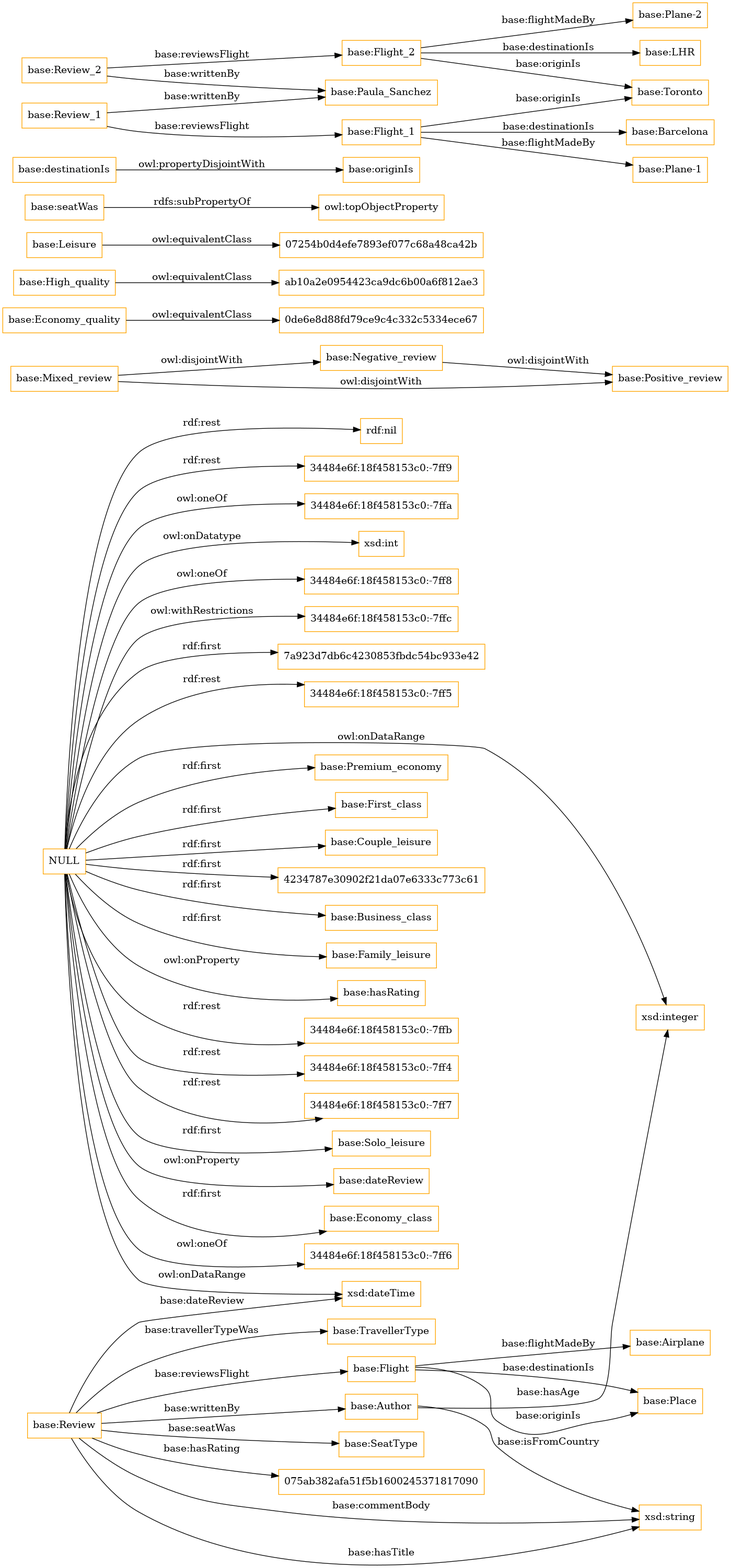
This is OnToology/ontology.ttl/diagrams/ar2dtool-class/ontology.ttl.png from MigueldSPallares/flightReviews2, a Graphviz export, as it was before one commit. Its source is kept beside it as OnToology/ontology.ttl/diagrams/ar2dtool-class/ontology.ttl.png.dot.
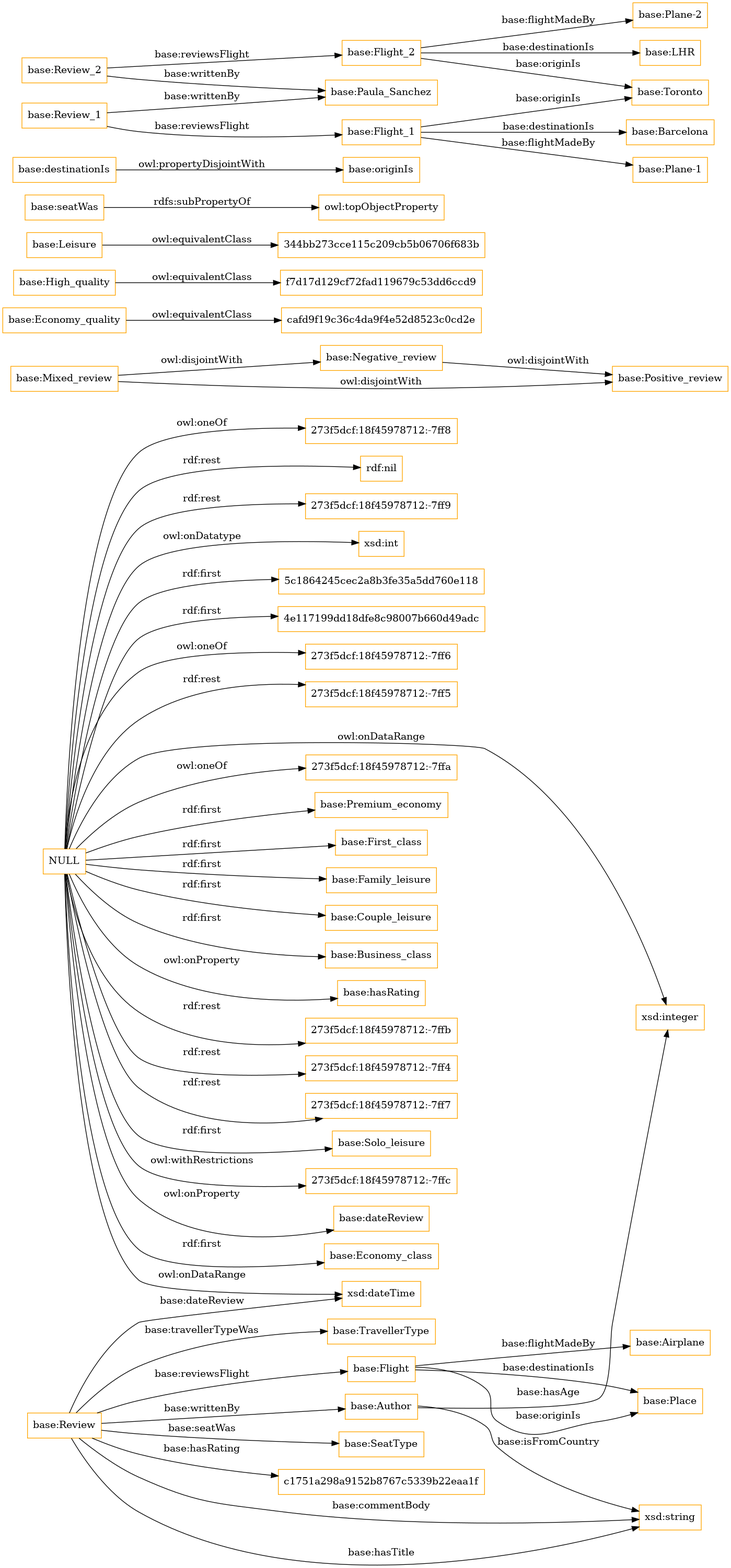
The same file after the commit.

The edit, as a diff of the source:
```diff
@@ -1,31 +1,31 @@
 digraph ar2dtool_diagram {
 rankdir=LR;
 size="1501"
-node [shape = rectangle, color="orange"]; "base:TravellerType" "base:Place" "base:Flight" "base:Negative_review" "base:Author" "base:Economy_quality" "base:SeatType" "ab10a2e0954423ca9dc6b00a6f812ae3" "base:Mixed_review" "base:Leisure" "base:Review" "07254b0d4efe7893ef077c68a48ca42b" "base:High_quality" "base:Positive_review" "base:Airplane" "0de6e8d88fd79ce9c4c332c5334ece67" ; /*classes style*/
+node [shape = rectangle, color="orange"]; "base:TravellerType" "base:Place" "base:Flight" "base:Negative_review" "base:Author" "base:Economy_quality" "f7d17d129cf72fad119679c53dd6ccd9" "base:SeatType" "base:Mixed_review" "base:Leisure" "base:Review" "base:High_quality" "base:Positive_review" "344bb273cce115c209cb5b06706f683b" "base:Airplane" "cafd9f19c36c4da9f4e52d8523c0cd2e" ; /*classes style*/
+	"NULL" -> "273f5dcf:18f45978712:-7ffa" [ label = "owl:oneOf" ];
 	"NULL" -> "base:Premium_economy" [ label = "rdf:first" ];
 	"NULL" -> "base:First_class" [ label = "rdf:first" ];
+	"NULL" -> "base:Family_leisure" [ label = "rdf:first" ];
 	"NULL" -> "base:Couple_leisure" [ label = "rdf:first" ];
-	"NULL" -> "4234787e30902f21da07e6333c773c61" [ label = "rdf:first" ];
 	"NULL" -> "base:Business_class" [ label = "rdf:first" ];
-	"NULL" -> "base:Family_leisure" [ label = "rdf:first" ];
 	"NULL" -> "base:hasRating" [ label = "owl:onProperty" ];
-	"NULL" -> "34484e6f:18f458153c0:-7ffb" [ label = "rdf:rest" ];
-	"NULL" -> "34484e6f:18f458153c0:-7ff4" [ label = "rdf:rest" ];
 	"NULL" -> "xsd:integer" [ label = "owl:onDataRange" ];
+	"NULL" -> "273f5dcf:18f45978712:-7ffb" [ label = "rdf:rest" ];
+	"NULL" -> "273f5dcf:18f45978712:-7ff4" [ label = "rdf:rest" ];
 	"NULL" -> "xsd:dateTime" [ label = "owl:onDataRange" ];
-	"NULL" -> "34484e6f:18f458153c0:-7ff7" [ label = "rdf:rest" ];
+	"NULL" -> "273f5dcf:18f45978712:-7ff7" [ label = "rdf:rest" ];
 	"NULL" -> "base:Solo_leisure" [ label = "rdf:first" ];
+	"NULL" -> "273f5dcf:18f45978712:-7ffc" [ label = "owl:withRestrictions" ];
 	"NULL" -> "base:dateReview" [ label = "owl:onProperty" ];
 	"NULL" -> "base:Economy_class" [ label = "rdf:first" ];
-	"NULL" -> "34484e6f:18f458153c0:-7ff6" [ label = "owl:oneOf" ];
+	"NULL" -> "273f5dcf:18f45978712:-7ff8" [ label = "owl:oneOf" ];
 	"NULL" -> "rdf:nil" [ label = "rdf:rest" ];
-	"NULL" -> "34484e6f:18f458153c0:-7ff9" [ label = "rdf:rest" ];
-	"NULL" -> "34484e6f:18f458153c0:-7ffa" [ label = "owl:oneOf" ];
+	"NULL" -> "273f5dcf:18f45978712:-7ff9" [ label = "rdf:rest" ];
 	"NULL" -> "xsd:int" [ label = "owl:onDatatype" ];
-	"NULL" -> "34484e6f:18f458153c0:-7ff8" [ label = "owl:oneOf" ];
-	"NULL" -> "34484e6f:18f458153c0:-7ffc" [ label = "owl:withRestrictions" ];
-	"NULL" -> "7a923d7db6c4230853fbdc54bc933e42" [ label = "rdf:first" ];
-	"NULL" -> "34484e6f:18f458153c0:-7ff5" [ label = "rdf:rest" ];
+	"NULL" -> "5c1864245cec2a8b3fe35a5dd760e118" [ label = "rdf:first" ];
+	"NULL" -> "4e117199dd18dfe8c98007b660d49adc" [ label = "rdf:first" ];
+	"NULL" -> "273f5dcf:18f45978712:-7ff6" [ label = "owl:oneOf" ];
+	"NULL" -> "273f5dcf:18f45978712:-7ff5" [ label = "rdf:rest" ];
 	"base:seatWas" -> "owl:topObjectProperty" [ label = "rdfs:subPropertyOf" ];
 	"base:destinationIs" -> "base:originIs" [ label = "owl:propertyDisjointWith" ];
 	"base:Review_2" -> "base:Paula_Sanchez" [ label = "base:writtenBy" ];
@@ -33,14 +33,14 @@
 	"base:Flight_2" -> "base:Toronto" [ label = "base:originIs" ];
 	"base:Flight_2" -> "base:Plane-2" [ label = "base:flightMadeBy" ];
 	"base:Flight_2" -> "base:LHR" [ label = "base:destinationIs" ];
-	"base:Economy_quality" -> "0de6e8d88fd79ce9c4c332c5334ece67" [ label = "owl:equivalentClass" ];
+	"base:Economy_quality" -> "cafd9f19c36c4da9f4e52d8523c0cd2e" [ label = "owl:equivalentClass" ];
 	"base:Review_1" -> "base:Paula_Sanchez" [ label = "base:writtenBy" ];
 	"base:Review_1" -> "base:Flight_1" [ label = "base:reviewsFlight" ];
-	"base:High_quality" -> "ab10a2e0954423ca9dc6b00a6f812ae3" [ label = "owl:equivalentClass" ];
+	"base:High_quality" -> "f7d17d129cf72fad119679c53dd6ccd9" [ label = "owl:equivalentClass" ];
 	"base:Flight_1" -> "base:Toronto" [ label = "base:originIs" ];
 	"base:Flight_1" -> "base:Plane-1" [ label = "base:flightMadeBy" ];
 	"base:Flight_1" -> "base:Barcelona" [ label = "base:destinationIs" ];
-	"base:Leisure" -> "07254b0d4efe7893ef077c68a48ca42b" [ label = "owl:equivalentClass" ];
+	"base:Leisure" -> "344bb273cce115c209cb5b06706f683b" [ label = "owl:equivalentClass" ];
 	"base:Mixed_review" -> "base:Positive_review" [ label = "owl:disjointWith" ];
 	"base:Mixed_review" -> "base:Negative_review" [ label = "owl:disjointWith" ];
 	"base:Negative_review" -> "base:Positive_review" [ label = "owl:disjointWith" ];
@@ -49,7 +49,7 @@
 	"base:Review" -> "base:TravellerType" [ label = "base:travellerTypeWas" ];
 	"base:Review" -> "base:Flight" [ label = "base:reviewsFlight" ];
 	"base:Review" -> "xsd:string" [ label = "base:commentBody" ];
-	"base:Review" -> "075ab382afa51f5b1600245371817090" [ label = "base:hasRating" ];
+	"base:Review" -> "c1751a298a9152b8767c5339b22eaa1f" [ label = "base:hasRating" ];
 	"base:Flight" -> "base:Place" [ label = "base:originIs" ];
 	"base:Review" -> "base:SeatType" [ label = "base:seatWas" ];
 	"base:Flight" -> "base:Place" [ label = "base:destinationIs" ];
```
